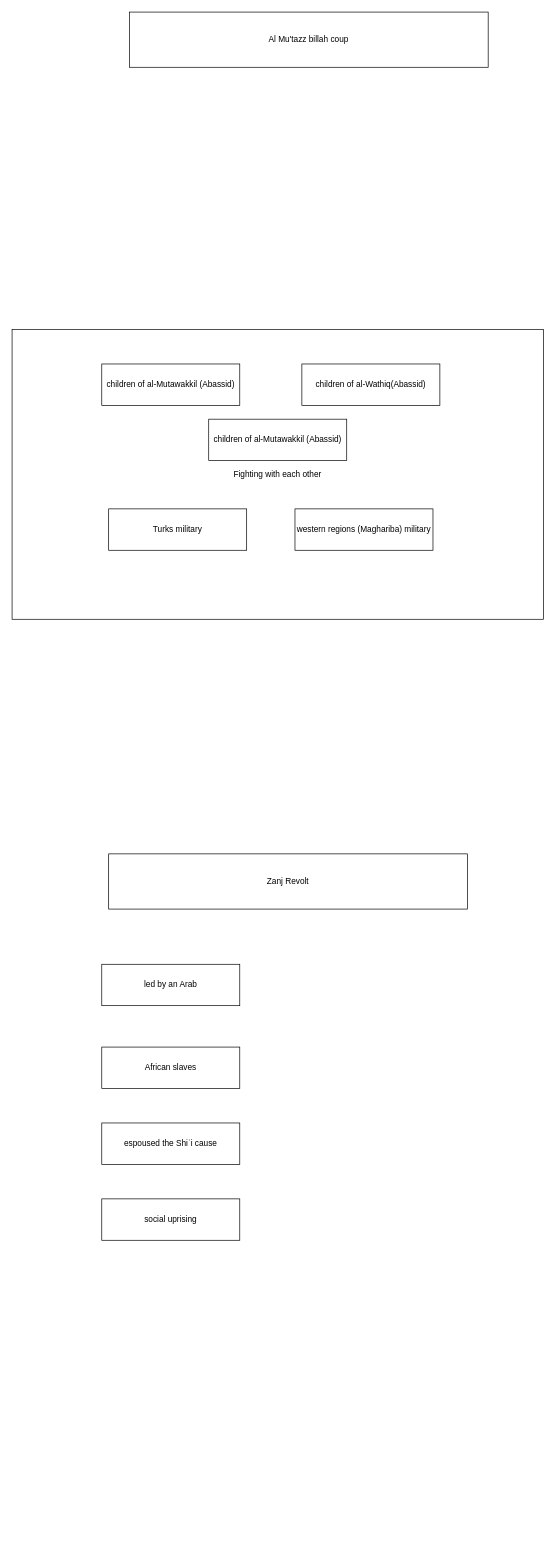
Above: page "Al Mu'tazz billah" (27 of 28) of Islam Groupings.drawio in azryzdy/hobbies (draw.io), before the change. Source tidied: cells renumbered, new cells numbered last; positions are measured from the earlier drawing's top-left corner, leaving out a move shared by most shapes. Both pictures are drawn from the tidied source at 69%, with x=0, y=0 at pixel (12, 12).
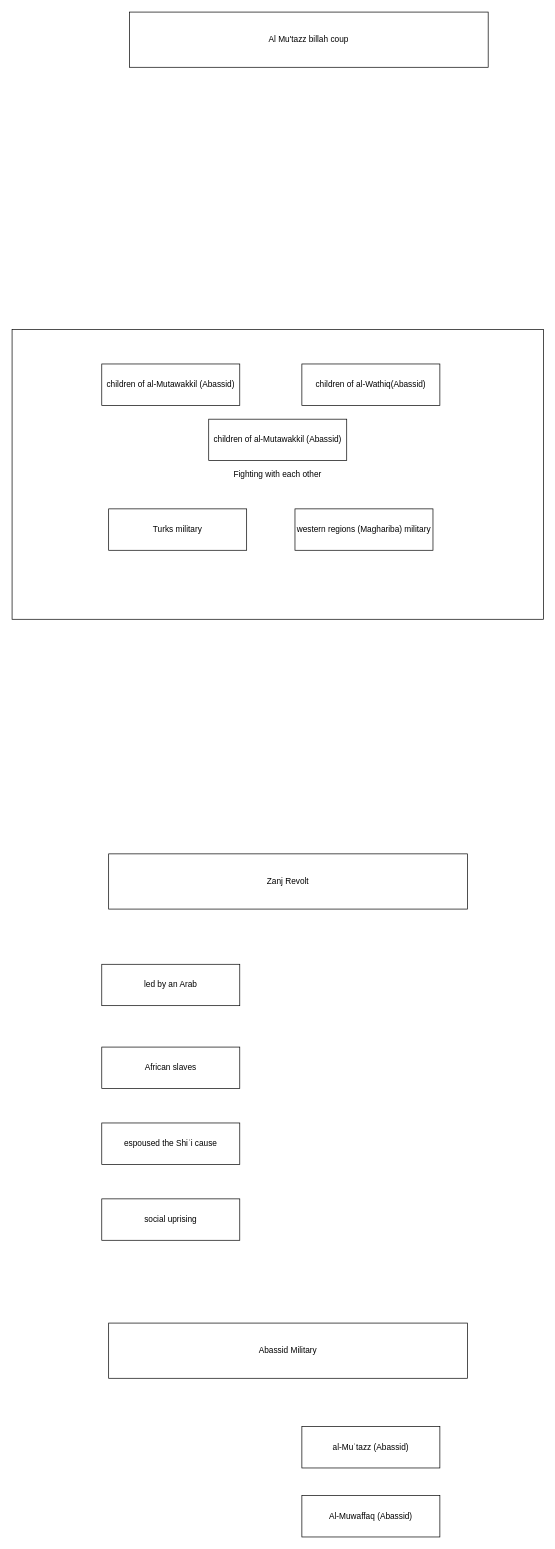
After the change.

What changed in the source:
```diff
@@
 <mxGraphModel>
   <root>
     <mxCell id="0" />
     <mxCell id="1" parent="0" />
     <mxCell id="2" value="Fighting with each other" style="rounded=0;whiteSpace=wrap;html=1;" parent="1" vertex="1">
       <mxGeometry y="460" width="770" height="420" as="geometry" />
     </mxCell>
     <mxCell id="3" value="Al Mu'tazz billah coup" style="rounded=0;whiteSpace=wrap;html=1;" parent="1" vertex="1">
       <mxGeometry x="170" width="520" height="80" as="geometry" />
     </mxCell>
     <mxCell id="4" value="children of al-Mutawakkil&amp;nbsp;&lt;span style=&quot;display:inline;&quot;&gt;(Abassid&lt;/span&gt;)" style="rounded=0;whiteSpace=wrap;html=1;" parent="1" vertex="1">
       <mxGeometry x="130" y="510" width="200" height="60" as="geometry" />
     </mxCell>
     <mxCell id="5" value="children of al-Wathiq&lt;span style=&quot;display:inline;&quot;&gt;(Abassid&lt;/span&gt;)" style="rounded=0;whiteSpace=wrap;html=1;" parent="1" vertex="1">
       <mxGeometry x="420" y="510" width="200" height="60" as="geometry" />
     </mxCell>
     <mxCell id="6" value="western regions (Maghariba)&amp;nbsp;military" style="rounded=0;whiteSpace=wrap;html=1;" parent="1" vertex="1">
       <mxGeometry x="410" y="720" width="200" height="60" as="geometry" />
     </mxCell>
     <mxCell id="7" value="Turks military" style="rounded=0;whiteSpace=wrap;html=1;" parent="1" vertex="1">
       <mxGeometry x="140" y="720" width="200" height="60" as="geometry" />
     </mxCell>
     <mxCell id="8" value="children of al-Mutawakkil&amp;nbsp;&lt;span style=&quot;display:inline;&quot;&gt;(Abassid&lt;/span&gt;)" style="rounded=0;whiteSpace=wrap;html=1;" parent="1" vertex="1">
       <mxGeometry x="285" y="590" width="200" height="60" as="geometry" />
     </mxCell>
     <mxCell id="9" value="Zanj Revolt" style="rounded=0;whiteSpace=wrap;html=1;" parent="1" vertex="1">
       <mxGeometry x="140" y="1220" width="520" height="80" as="geometry" />
     </mxCell>
     <mxCell id="10" value="African slaves " style="rounded=0;whiteSpace=wrap;html=1;" parent="1" vertex="1">
       <mxGeometry x="130" y="1500" width="200" height="60" as="geometry" />
     </mxCell>
     <mxCell id="11" value="led by an Arab " style="rounded=0;whiteSpace=wrap;html=1;" parent="1" vertex="1">
       <mxGeometry x="130" y="1380" width="200" height="60" as="geometry" />
     </mxCell>
     <mxCell id="12" value="espoused the Shiʿi cause" style="rounded=0;whiteSpace=wrap;html=1;" parent="1" vertex="1">
       <mxGeometry x="130" y="1610" width="200" height="60" as="geometry" />
     </mxCell>
     <mxCell id="13" value="social uprising" style="rounded=0;whiteSpace=wrap;html=1;" parent="1" vertex="1">
       <mxGeometry x="130" y="1720" width="200" height="60" as="geometry" />
     </mxCell>
+    <mxCell id="14" value="Abassid Military" style="rounded=0;whiteSpace=wrap;html=1;" parent="1" vertex="1">
+      <mxGeometry x="140" y="1900" width="520" height="80" as="geometry" />
+    </mxCell>
+    <mxCell id="15" value="Al-Muwaffaq (Abassid) " style="rounded=0;whiteSpace=wrap;html=1;" parent="1" vertex="1">
+      <mxGeometry x="420" y="2150" width="200" height="60" as="geometry" />
+    </mxCell>
+    <mxCell id="16" value="al-Muʿtazz (Abassid)" style="rounded=0;whiteSpace=wrap;html=1;" parent="1" vertex="1">
+      <mxGeometry x="420" y="2050" width="200" height="60" as="geometry" />
+    </mxCell>
   </root>
 </mxGraphModel>
```
